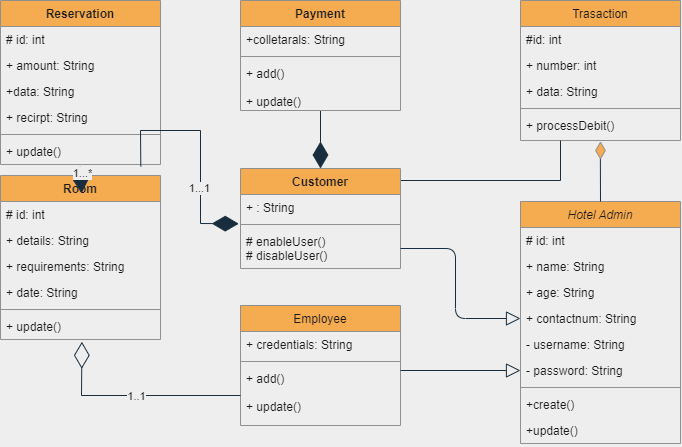
The draw.io diagram Hotel Management System.drawio.png in Mangkhalet/Java-Hotel-Management, before a commit. Source tidied: cells renumbered, new cells last; positions are measured from the earlier drawing's top-left corner, leaving out a move shared by most shapes.
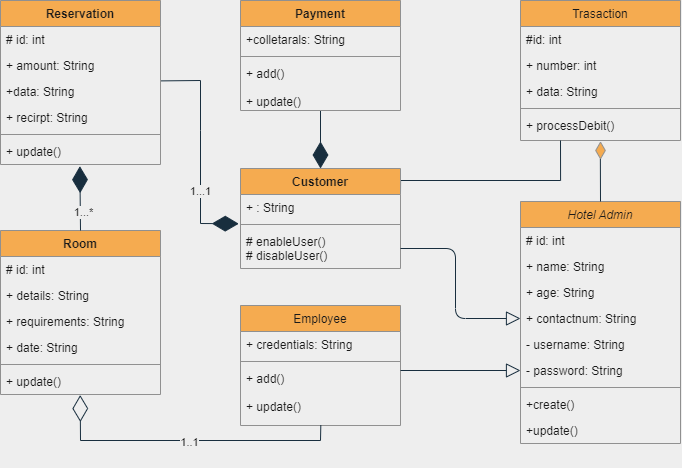
The same diagram one commit later.

Change to the diagram source:
```diff
@@ -125,7 +125,7 @@
       <mxGeometry y="138" width="160" height="26" as="geometry" />
     </mxCell>
     <mxCell id="41" value="Room" style="swimlane;fontStyle=1;align=center;verticalAlign=top;horizontal=1;startSize=26;fillColor=#F5AB50;strokeColor=#909090;fontColor=#1A1A1A;" parent="1" vertex="1">
-      <mxGeometry y="175" width="160" height="164" as="geometry" />
+      <mxGeometry y="230" width="160" height="164" as="geometry" />
     </mxCell>
     <mxCell id="42" value="# id: int" style="text;strokeColor=none;fillColor=none;align=left;verticalAlign=top;spacingLeft=4;spacingRight=4;overflow=hidden;fontColor=#1A1A1A;" parent="41" vertex="1">
       <mxGeometry y="26" width="160" height="26" as="geometry" />
@@ -151,10 +151,10 @@
     <mxCell id="49" value="1...*" style="edgeLabel;html=1;align=center;verticalAlign=middle;labelBackgroundColor=#EEEEEE;fontColor=#1A1A1A;" parent="48" vertex="1">
       <mxGeometry x="-0.41" y="-2" relative="1" as="geometry" />
     </mxCell>
-    <mxCell id="50" style="endArrow=diamondThin;endFill=1;endSize=24;html=1;rounded=0;strokeColor=#182E3E;exitX=0.877;exitY=1.071;exitDx=0;exitDy=0;exitPerimeter=0;entryX=-0.011;entryY=1.125;entryDx=0;entryDy=0;entryPerimeter=0;labelBackgroundColor=#EEEEEE;fontColor=#1A1A1A;" parent="1" edge="1" source="40" target="26">
+    <mxCell id="50" style="endArrow=diamondThin;endFill=1;endSize=24;html=1;rounded=0;strokeColor=#182E3E;exitX=1.004;exitY=0.092;exitDx=0;exitDy=0;exitPerimeter=0;entryX=-0.011;entryY=1.125;entryDx=0;entryDy=0;entryPerimeter=0;labelBackgroundColor=#EEEEEE;fontColor=#1A1A1A;" parent="1" edge="1" source="37" target="26">
       <mxGeometry relative="1" as="geometry">
         <Array as="points">
-          <mxPoint x="140" y="130" />
+          <mxPoint x="200" y="80" />
           <mxPoint x="200" y="130" />
           <mxPoint x="200" y="223" />
         </Array>
@@ -163,10 +163,11 @@
     <mxCell id="51" value="1...1" style="edgeLabel;html=1;align=center;verticalAlign=middle;labelBackgroundColor=#EEEEEE;fontColor=#1A1A1A;" parent="50" vertex="1">
       <mxGeometry x="0.35" y="-1" relative="1" as="geometry" />
     </mxCell>
-    <mxCell id="52" style="endArrow=diamondThin;endFill=0;endSize=24;html=1;rounded=0;strokeColor=#182E3E;entryX=0.509;entryY=1.089;entryDx=0;entryDy=0;entryPerimeter=0;exitX=0;exitY=0.5;exitDx=0;exitDy=0;labelBackgroundColor=#EEEEEE;fontColor=#1A1A1A;" parent="1" edge="1" source="15" target="47">
+    <mxCell id="52" style="endArrow=diamondThin;endFill=0;endSize=24;html=1;rounded=0;strokeColor=#182E3E;labelBackgroundColor=#EEEEEE;fontColor=#1A1A1A;entryX=0.498;entryY=1.021;entryDx=0;entryDy=0;entryPerimeter=0;exitX=0.502;exitY=0.992;exitDx=0;exitDy=0;exitPerimeter=0;" parent="1" edge="1" source="15" target="47">
       <mxGeometry relative="1" as="geometry">
         <Array as="points">
-          <mxPoint x="81" y="395" />
+          <mxPoint x="320" y="440" />
+          <mxPoint x="80" y="440" />
         </Array>
       </mxGeometry>
     </mxCell>
```
